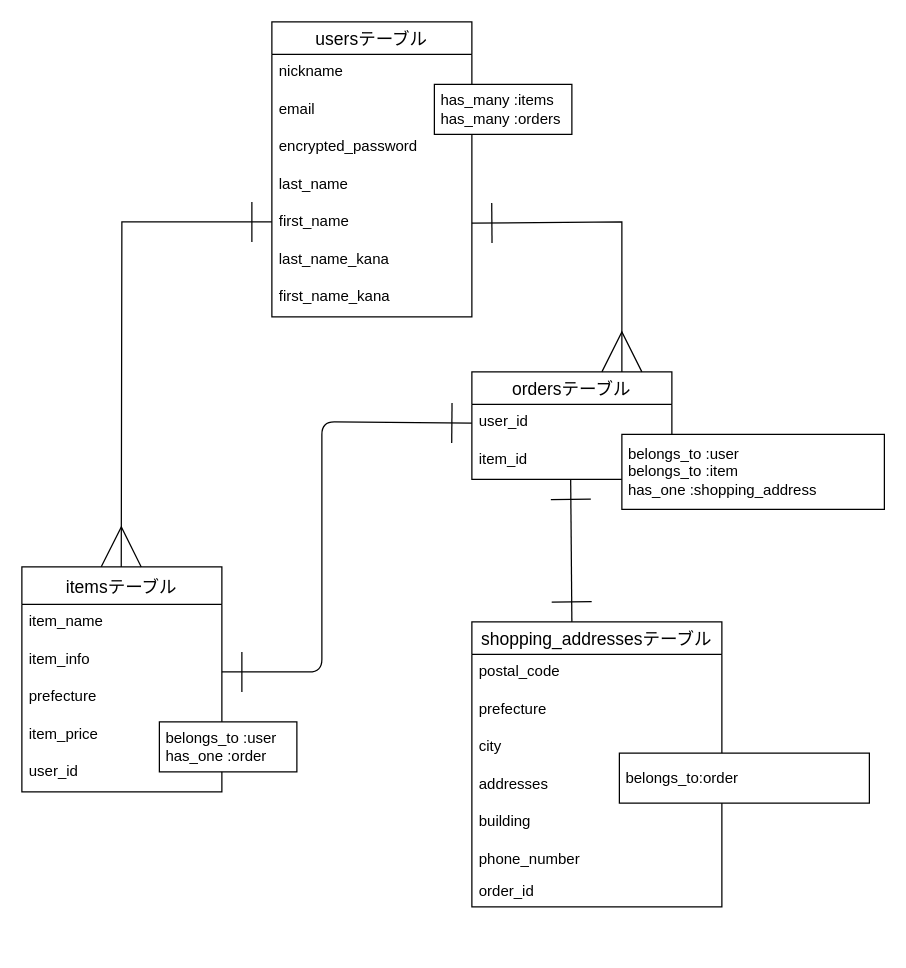
Before: furima.dio in aki3100/furima-39009, a draw.io diagram. Source tidied: cells renumbered, new cells numbered last; positions are measured from the earlier drawing's top-left corner, leaving out a move shared by most shapes. Both pictures are drawn from the tidied source at 125%, with x=0, y=0 at pixel (21, 21).
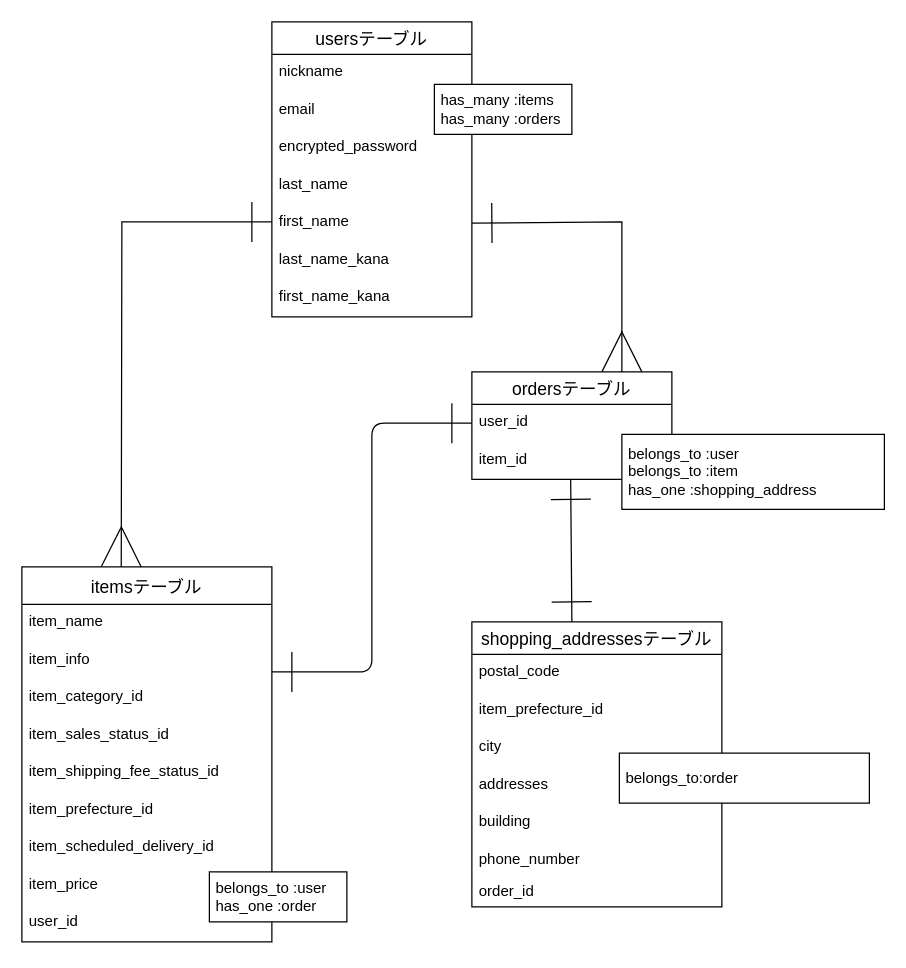
After the change.

Unchanged cells that the change refers to:
```xml
<mxCell id="16" value="shopping_addressesテーブル" style="swimlane;fontStyle=0;horizontal=1;startSize=26;align=center;fontSize=14;" parent="1" vertex="1">
  <mxGeometry x="360" y="480" width="200" height="228" as="geometry" />
</mxCell>
<mxCell id="25" value="user_id" style="text;strokeColor=none;fillColor=none;spacingLeft=4;spacingRight=4;overflow=hidden;points=[[0,0.5],[1,0.5]];portConstraint=eastwest;fontSize=12;" parent="24" vertex="1">
  <mxGeometry y="26" width="160" height="30" as="geometry" />
</mxCell>
```

The edit, as a diff of the source:
```diff
@@
     <mxCell id="2" value="itemsテーブル" style="swimlane;fontStyle=0;horizontal=1;startSize=30;align=center;fontSize=14;direction=east;" parent="1" vertex="1">
-      <mxGeometry y="436" width="160" height="180" as="geometry" />
+      <mxGeometry y="436" width="200" height="300" as="geometry" />
     </mxCell>
     <mxCell id="3" value="item_name" style="text;strokeColor=none;fillColor=none;spacingLeft=4;spacingRight=4;overflow=hidden;fontSize=12;" parent="2" vertex="1">
-      <mxGeometry y="30" width="160" height="30" as="geometry" />
+      <mxGeometry y="30" width="200" height="30" as="geometry" />
     </mxCell>
     <mxCell id="4" value="item_info" style="text;strokeColor=none;fillColor=none;spacingLeft=4;spacingRight=4;overflow=hidden;fontSize=12;" parent="2" vertex="1">
-      <mxGeometry y="60" width="160" height="30" as="geometry" />
+      <mxGeometry y="60" width="200" height="30" as="geometry" />
     </mxCell>
+    <mxCell id="35" value="item_category_id" style="text;strokeColor=none;fillColor=none;spacingLeft=4;spacingRight=4;overflow=hidden;fontSize=12;" parent="2" vertex="1">
+      <mxGeometry y="90" width="200" height="30" as="geometry" />
+    </mxCell>
+    <mxCell id="36" value="item_sales_status_id" style="text;strokeColor=none;fillColor=none;spacingLeft=4;spacingRight=4;overflow=hidden;fontSize=12;" parent="2" vertex="1">
+      <mxGeometry y="120" width="200" height="30" as="geometry" />
+    </mxCell>
+    <mxCell id="7" value="item_shipping_fee_status_id" style="text;strokeColor=none;fillColor=none;spacingLeft=4;spacingRight=4;overflow=hidden;fontSize=12;" parent="2" vertex="1">
+      <mxGeometry y="150" width="200" height="30" as="geometry" />
+    </mxCell>
+    <mxCell id="37" value="item_prefecture_id" style="text;strokeColor=none;fillColor=none;spacingLeft=4;spacingRight=4;overflow=hidden;fontSize=12;" parent="2" vertex="1">
+      <mxGeometry y="180" width="200" height="30" as="geometry" />
+    </mxCell>
-    <mxCell id="5" value="prefecture" style="text;strokeColor=none;fillColor=none;spacingLeft=4;spacingRight=4;overflow=hidden;fontSize=12;" parent="2" vertex="1">
-      <mxGeometry y="90" width="160" height="30" as="geometry" />
+    <mxCell id="5" value="item_scheduled_delivery_id" style="text;strokeColor=none;fillColor=none;spacingLeft=4;spacingRight=4;overflow=hidden;fontSize=12;" parent="2" vertex="1">
+      <mxGeometry y="210" width="200" height="30" as="geometry" />
     </mxCell>
     <mxCell id="6" value="item_price" style="text;strokeColor=none;fillColor=none;spacingLeft=4;spacingRight=4;overflow=hidden;fontSize=12;" parent="2" vertex="1">
-      <mxGeometry y="120" width="160" height="30" as="geometry" />
+      <mxGeometry y="240" width="200" height="30" as="geometry" />
     </mxCell>
-    <mxCell id="7" value="user_id" style="text;strokeColor=none;fillColor=none;spacingLeft=4;spacingRight=4;overflow=hidden;fontSize=12;" parent="2" vertex="1">
-      <mxGeometry y="150" width="160" height="30" as="geometry" />
-    </mxCell>
+    <mxCell id="38" value="user_id" style="text;strokeColor=none;fillColor=none;spacingLeft=4;spacingRight=4;overflow=hidden;fontSize=12;" parent="2" vertex="1">
+      <mxGeometry y="270" width="200" height="30" as="geometry" />
+    </mxCell>
@@
-    <mxCell id="18" value="prefecture" style="text;strokeColor=none;fillColor=none;spacingLeft=4;spacingRight=4;overflow=hidden;fontSize=12;" parent="16" vertex="1">
+    <mxCell id="18" value="item_prefecture_id" style="text;strokeColor=none;fillColor=none;spacingLeft=4;spacingRight=4;overflow=hidden;fontSize=12;" parent="16" vertex="1">
       <mxGeometry y="56" width="200" height="30" as="geometry" />
     </mxCell>
@@
     <mxCell id="30" style="edgeStyle=none;html=1;startArrow=ERone;startFill=0;endArrow=ERone;endFill=0;startSize=30;endSize=30;entryX=0;entryY=0.5;entryDx=0;entryDy=0;" parent="1" edge="1" target="25">
       <mxGeometry relative="1" as="geometry">
-        <mxPoint x="160" y="520" as="sourcePoint" />
+        <mxPoint x="200" y="520" as="sourcePoint" />
         <Array as="points">
-          <mxPoint x="240" y="520" />
-          <mxPoint x="240" y="320" />
+          <mxPoint x="220" y="520" />
+          <mxPoint x="280" y="520" />
+          <mxPoint x="280" y="321" />
         </Array>
       </mxGeometry>
     </mxCell>
@@
     <mxCell id="32" value="&amp;nbsp;belongs_to :user&lt;br&gt;&amp;nbsp;has_one :order" style="whiteSpace=wrap;html=1;align=left;" parent="1" vertex="1">
-      <mxGeometry x="110" y="560" width="110" height="40" as="geometry" />
+      <mxGeometry x="150" y="680" width="110" height="40" as="geometry" />
     </mxCell>
```
